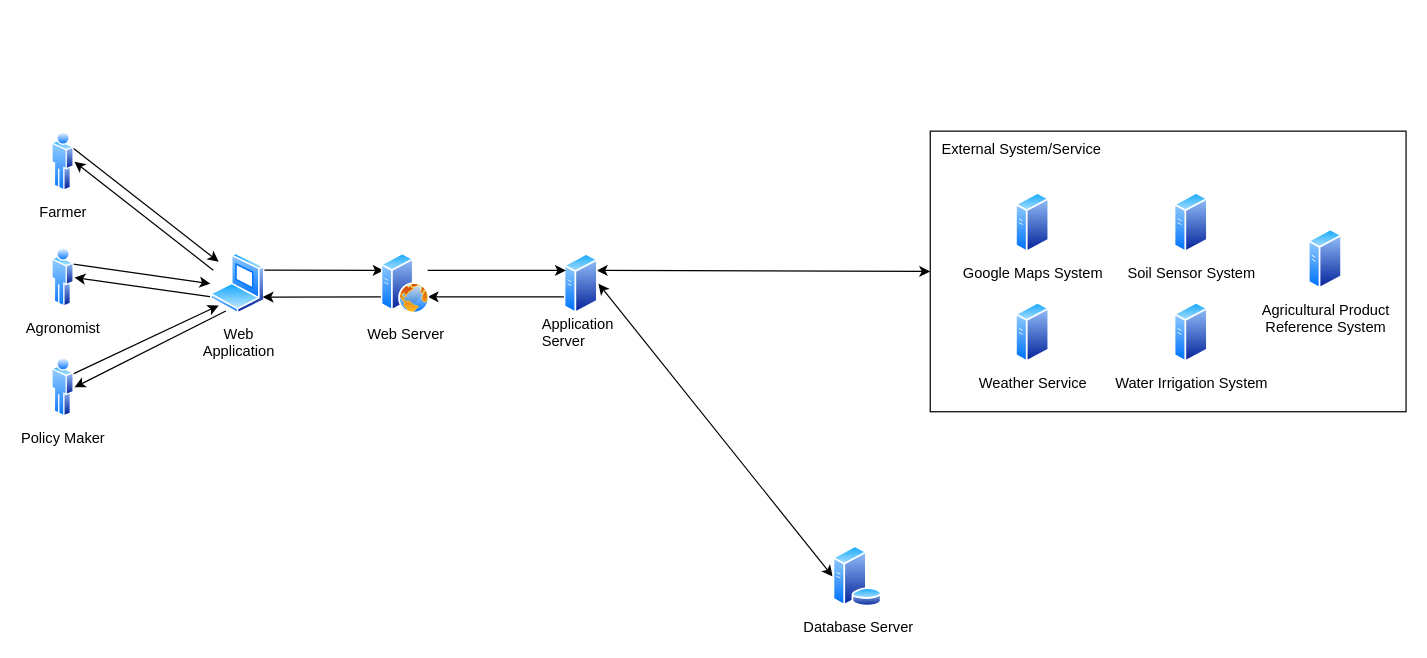
This is page "4-tier" (1 of 3) of DD/diagrams/architecture.drawio from ictar/DREAM-SE2-Project-2022, a draw.io file, before an edit. Source tidied: cells renumbered, new cells numbered last; positions are measured from the earlier drawing's top-left corner, leaving out a move shared by most shapes. Both pictures are drawn from the tidied source at 122%, with x=0, y=0 at pixel (51, 131).
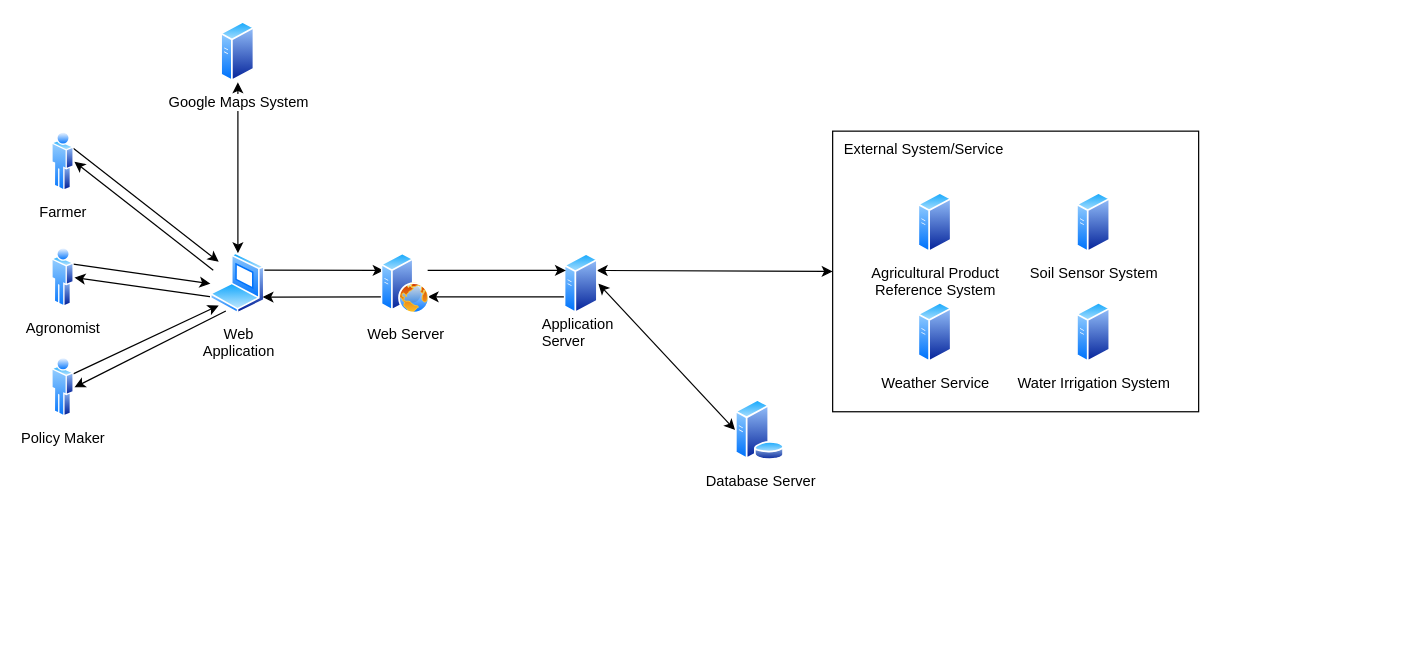
Above is the later version.

The change refers to these unchanged cells:
```xml
<mxCell id="7" value="Web&lt;br&gt;Application" style="perimeter=ellipsePerimeter;html=1;align=center;shadow=0;dashed=0;spacingTop=3;image;image=img/lib/active_directory/laptop_client.svg;" parent="1" vertex="1">
  <mxGeometry x="130" y="100" width="45" height="50" as="geometry" />
</mxCell>
```

Change to the diagram source:
```diff
@@
     <mxCell id="2" style="rounded=0;whiteSpace=wrap;html=1;" parent="1" vertex="1">
-      <mxGeometry x="720" width="390" height="230" as="geometry" />
+      <mxGeometry x="640" width="300" height="230" as="geometry" />
     </mxCell>
@@
+    <mxCell id="29" style="edgeStyle=none;rounded=0;jettySize=auto;html=1;exitX=0.5;exitY=0;exitDx=0;exitDy=0;fontSize=12;startArrow=classic;startFill=1;endArrow=classic;endFill=1;" parent="1" edge="1" source="7" target="15">
+      <mxGeometry relative="1" as="geometry" />
+    </mxCell>
@@
     <mxCell id="15" value="Google Maps System" style="perimeter=ellipsePerimeter;html=1;align=center;shadow=0;dashed=0;spacingTop=3;image;image=img/lib/active_directory/generic_server.svg;" parent="1" vertex="1">
-      <mxGeometry x="790" y="50" width="28" height="50" as="geometry" />
+      <mxGeometry x="138.5" y="-90" width="28" height="50" as="geometry" />
     </mxCell>
     <mxCell id="16" value="Weather Service" style="perimeter=ellipsePerimeter;html=1;align=center;shadow=0;dashed=0;spacingTop=3;image;image=img/lib/active_directory/generic_server.svg;" parent="1" vertex="1">
-      <mxGeometry x="790" y="140" width="28" height="50" as="geometry" />
+      <mxGeometry x="710" y="140" width="28" height="50" as="geometry" />
     </mxCell>
@@
     <mxCell id="23" value="Soil Sensor System" style="perimeter=ellipsePerimeter;html=1;align=center;shadow=0;dashed=0;spacingTop=3;image;image=img/lib/active_directory/generic_server.svg;" parent="1" vertex="1">
-      <mxGeometry x="920" y="50" width="28" height="50" as="geometry" />
+      <mxGeometry x="840" y="50" width="28" height="50" as="geometry" />
     </mxCell>
     <mxCell id="24" value="Water Irrigation System" style="perimeter=ellipsePerimeter;html=1;align=center;shadow=0;dashed=0;spacingTop=3;image;image=img/lib/active_directory/generic_server.svg;" parent="1" vertex="1">
-      <mxGeometry x="920" y="140" width="28" height="50" as="geometry" />
+      <mxGeometry x="840" y="140" width="28" height="50" as="geometry" />
     </mxCell>
     <mxCell id="25" value="Agricultural Product &lt;br&gt;Reference System" style="perimeter=ellipsePerimeter;html=1;align=center;shadow=0;dashed=0;spacingTop=3;image;image=img/lib/active_directory/generic_server.svg;" parent="1" vertex="1">
-      <mxGeometry x="1030" y="80" width="28" height="50" as="geometry" />
+      <mxGeometry x="710" y="50" width="28" height="50" as="geometry" />
     </mxCell>
     <mxCell id="26" value="Database Server" style="perimeter=ellipsePerimeter;html=1;align=center;shadow=0;dashed=0;spacingTop=3;image;image=img/lib/active_directory/database_server.svg;" parent="1" vertex="1">
-      <mxGeometry x="640" y="340" width="41" height="50" as="geometry" />
+      <mxGeometry x="560" y="220" width="41" height="50" as="geometry" />
     </mxCell>
@@
     <mxCell id="28" value="External System/Service" style="text;html=1;strokeColor=none;fillColor=none;align=center;verticalAlign=middle;whiteSpace=wrap;rounded=0;" parent="1" vertex="1">
-      <mxGeometry x="710" width="170" height="30" as="geometry" />
+      <mxGeometry x="630" width="170" height="30" as="geometry" />
     </mxCell>
```
